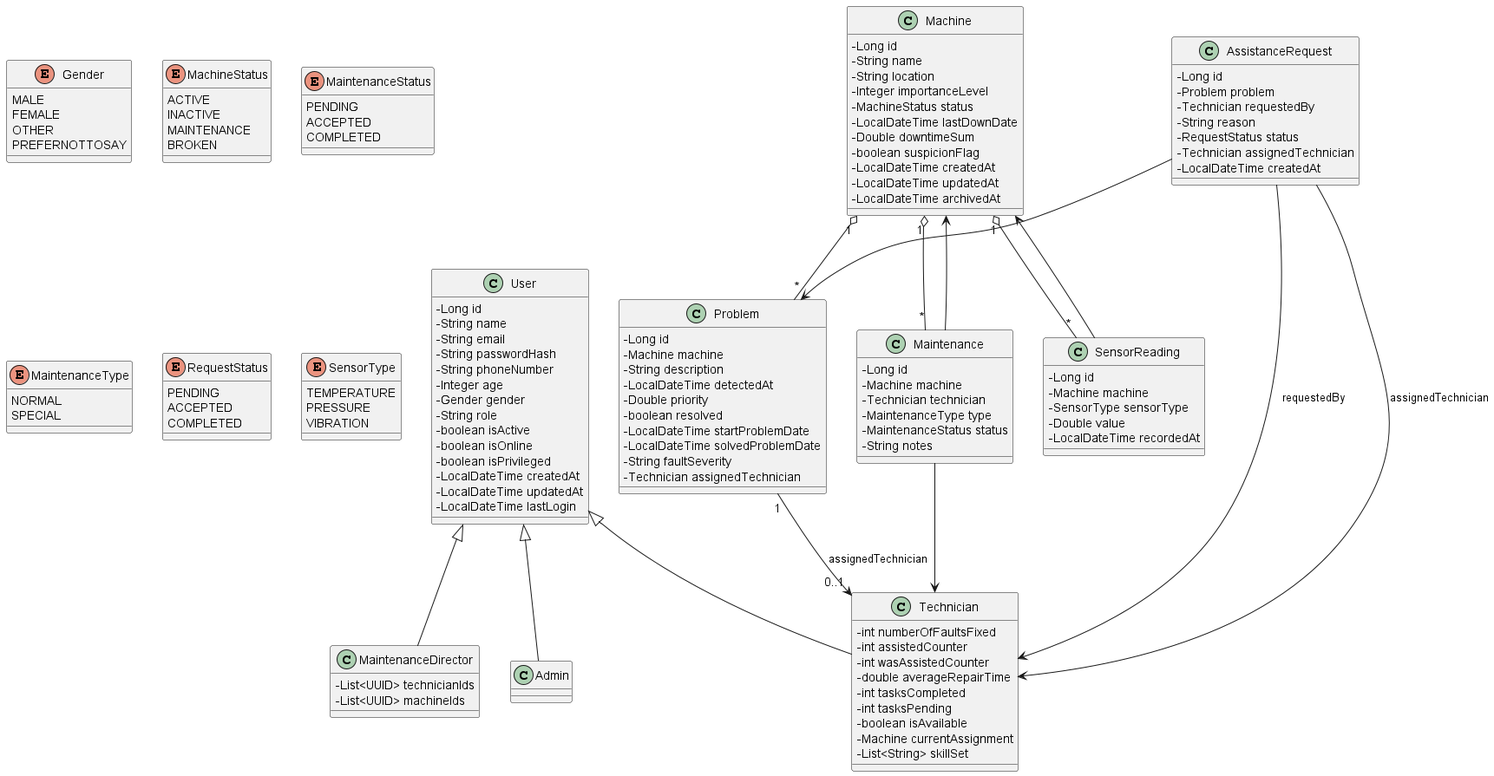
The PlantUML diagram projX/docs/images/uml/UML.png in detiuaveiro/ies2526-group-project-g705, before a commit. Its source is kept beside it as projX/docs/images/uml/UML.puml. Its diagram source:
```plantuml
@startuml
skinparam classAttributeIconSize 0

enum Gender {
  MALE
  FEMALE
  OTHER
  PREFERNOTTOSAY
}

enum MachineStatus {
  ACTIVE
  INACTIVE
  MAINTENANCE
  BROKEN
}

enum MaintenanceStatus {
  PENDING
  ACCEPTED
  COMPLETED
}

enum MaintenanceType {
  NORMAL
  SPECIAL
}

enum RequestStatus {
  PENDING
  ACCEPTED
  COMPLETED
}

enum SensorType {
  TEMPERATURE
  PRESSURE
  VIBRATION
}

class User {
  - Long id
  - String name
  - String email
  - String passwordHash
  - String phoneNumber
  - Integer age
  - Gender gender
  - String role
  - boolean isActive
  - boolean isOnline
  - boolean isPrivileged
  - LocalDateTime createdAt
  - LocalDateTime updatedAt
  - LocalDateTime lastLogin
}

class Admin
class MaintenanceDirector {
  - List<UUID> technicianIds
  - List<UUID> machineIds
}

class Technician {
  - int numberOfFaultsFixed
  - int assistedCounter
  - int wasAssistedCounter
  - double averageRepairTime
  - int tasksCompleted
  - int tasksPending
  - boolean isAvailable
  - Machine currentAssignment
  - List<String> skillSet
}

User <|-- Admin
User <|-- Technician
User <|-- MaintenanceDirector

class Machine {
  - Long id
  - String name
  - String location
  - Integer importanceLevel
  - MachineStatus status
  - LocalDateTime lastDownDate
  - Double downtimeSum
  - boolean suspicionFlag
  - LocalDateTime createdAt
  - LocalDateTime updatedAt
  - LocalDateTime archivedAt
}

Machine "1" o-- "*" Problem
Machine "1" o-- "*" Maintenance
Machine "1" o-- "*" SensorReading

class Problem {
  - Long id
  - Machine machine
  - String description
  - LocalDateTime detectedAt
  - Double priority
  - boolean resolved
  - LocalDateTime startProblemDate
  - LocalDateTime solvedProblemDate
  - String faultSeverity
  - Technician assignedTechnician
}

Problem "1" --> "0..1" Technician : assignedTechnician

class AssistanceRequest {
  - Long id
  - Problem problem
  - Technician requestedBy
  - String reason
  - RequestStatus status
  - Technician assignedTechnician
  - LocalDateTime createdAt
}

AssistanceRequest --> Problem
AssistanceRequest --> Technician : requestedBy
AssistanceRequest --> Technician : assignedTechnician

class Maintenance {
  - Long id
  - Machine machine
  - Technician technician
  - MaintenanceType type
  - MaintenanceStatus status
  - String notes
}

Maintenance --> Machine
Maintenance --> Technician

class SensorReading {
  - Long id
  - Machine machine
  - SensorType sensorType
  - Double value
  - LocalDateTime recordedAt
}

SensorReading --> Machine

@enduml
```
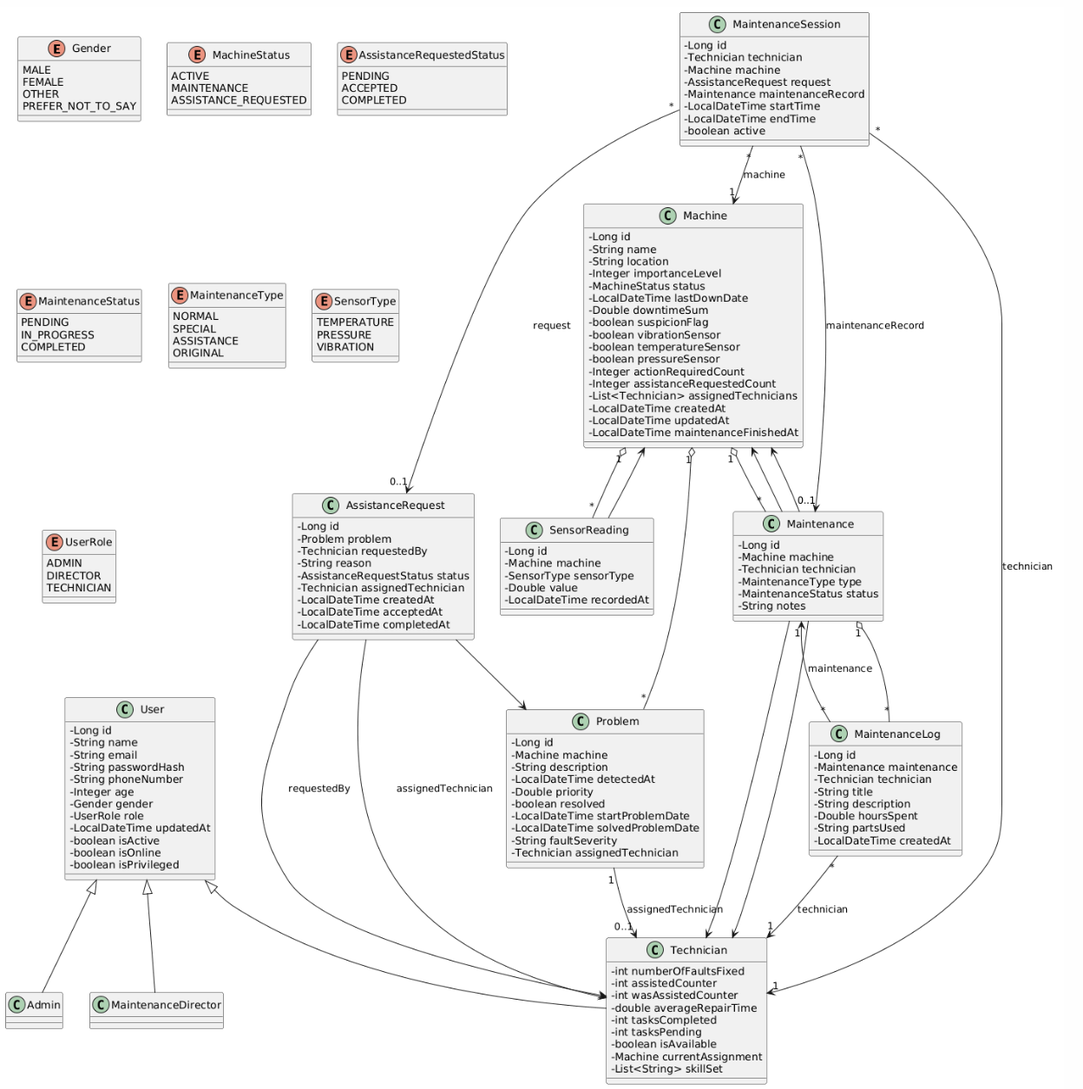
Above is the later version.

Change to the diagram source:
```diff
@@ -5,37 +5,45 @@
   MALE
   FEMALE
   OTHER
-  PREFERNOTTOSAY
+  PREFER_NOT_TO_SAY
 }
 
 enum MachineStatus {
   ACTIVE
-  INACTIVE
   MAINTENANCE
-  BROKEN
+  ASSISTANCE_REQUESTED
+}
+
+enum AssistanceRequestedStatus{
+  PENDING
+  ACCEPTED
+  COMPLETED
 }
 
 enum MaintenanceStatus {
   PENDING
-  ACCEPTED
+  IN_PROGRESS
   COMPLETED
 }
 
 enum MaintenanceType {
   NORMAL
   SPECIAL
+  ASSISTANCE
+  ORIGINAL
 }
 
-enum RequestStatus {
-  PENDING
-  ACCEPTED
-  COMPLETED
-}
 
 enum SensorType {
   TEMPERATURE
   PRESSURE
   VIBRATION
+}
+
+enum UserRole {
+  ADMIN
+  DIRECTOR
+  TECHNICIAN
 }
 
 class User {
@@ -46,20 +54,15 @@
   - String phoneNumber
   - Integer age
   - Gender gender
-  - String role
+  - UserRole role
+  - LocalDateTime updatedAt
   - boolean isActive
   - boolean isOnline
   - boolean isPrivileged
-  - LocalDateTime createdAt
-  - LocalDateTime updatedAt
-  - LocalDateTime lastLogin
 }
 
 class Admin
-class MaintenanceDirector {
-  - List<UUID> technicianIds
-  - List<UUID> machineIds
-}
+class MaintenanceDirector
 
 class Technician {
   - int numberOfFaultsFixed
@@ -78,7 +81,7 @@
 User <|-- MaintenanceDirector
 
 class Machine {
-  - Long id
+- Long id
   - String name
   - String location
   - Integer importanceLevel
@@ -86,9 +89,15 @@
   - LocalDateTime lastDownDate
   - Double downtimeSum
   - boolean suspicionFlag
+  - boolean vibrationSensor
+  - boolean temperatureSensor
+  - boolean pressureSensor
+  - Integer actionRequiredCount
+  - Integer assistanceRequestedCount
+  - List<Technician> assignedTechnicians
   - LocalDateTime createdAt
   - LocalDateTime updatedAt
-  - LocalDateTime archivedAt
+  - LocalDateTime maintenanceFinishedAt
 }
 
 Machine "1" o-- "*" Problem
@@ -115,9 +124,11 @@
   - Problem problem
   - Technician requestedBy
   - String reason
-  - RequestStatus status
+  - AssistanceRequestStatus status
   - Technician assignedTechnician
   - LocalDateTime createdAt
+  - LocalDateTime acceptedAt
+  - LocalDateTime completedAt
 }
 
 AssistanceRequest --> Problem
@@ -135,6 +146,39 @@
 
 Maintenance --> Machine
 Maintenance --> Technician
+Maintenance --> Machine
+Maintenance --> Technician
+Maintenance "1" o-- "*" MaintenanceLog
+
+class MaintenanceLog {
+  - Long id
+  - Maintenance maintenance
+  - Technician technician
+  - String title
+  - String description
+  - Double hoursSpent
+  - String partsUsed
+  - LocalDateTime createdAt
+}
+
+MaintenanceLog "*" --> "1" Maintenance : maintenance
+MaintenanceLog "*" --> "1" Technician : technician
+
+class MaintenanceSession {
+  - Long id
+  - Technician technician
+  - Machine machine
+  - AssistanceRequest request
+  - Maintenance maintenanceRecord
+  - LocalDateTime startTime
+  - LocalDateTime endTime
+  - boolean active
+}
+
+MaintenanceSession "*" --> "1" Technician : technician
+MaintenanceSession "*" --> "1" Machine : machine
+MaintenanceSession "*" --> "0..1" AssistanceRequest : request
+MaintenanceSession "*" --> "0..1" Maintenance : maintenanceRecord
 
 class SensorReading {
   - Long id
@@ -145,5 +189,4 @@
 }
 
 SensorReading --> Machine
-
 @enduml
```
